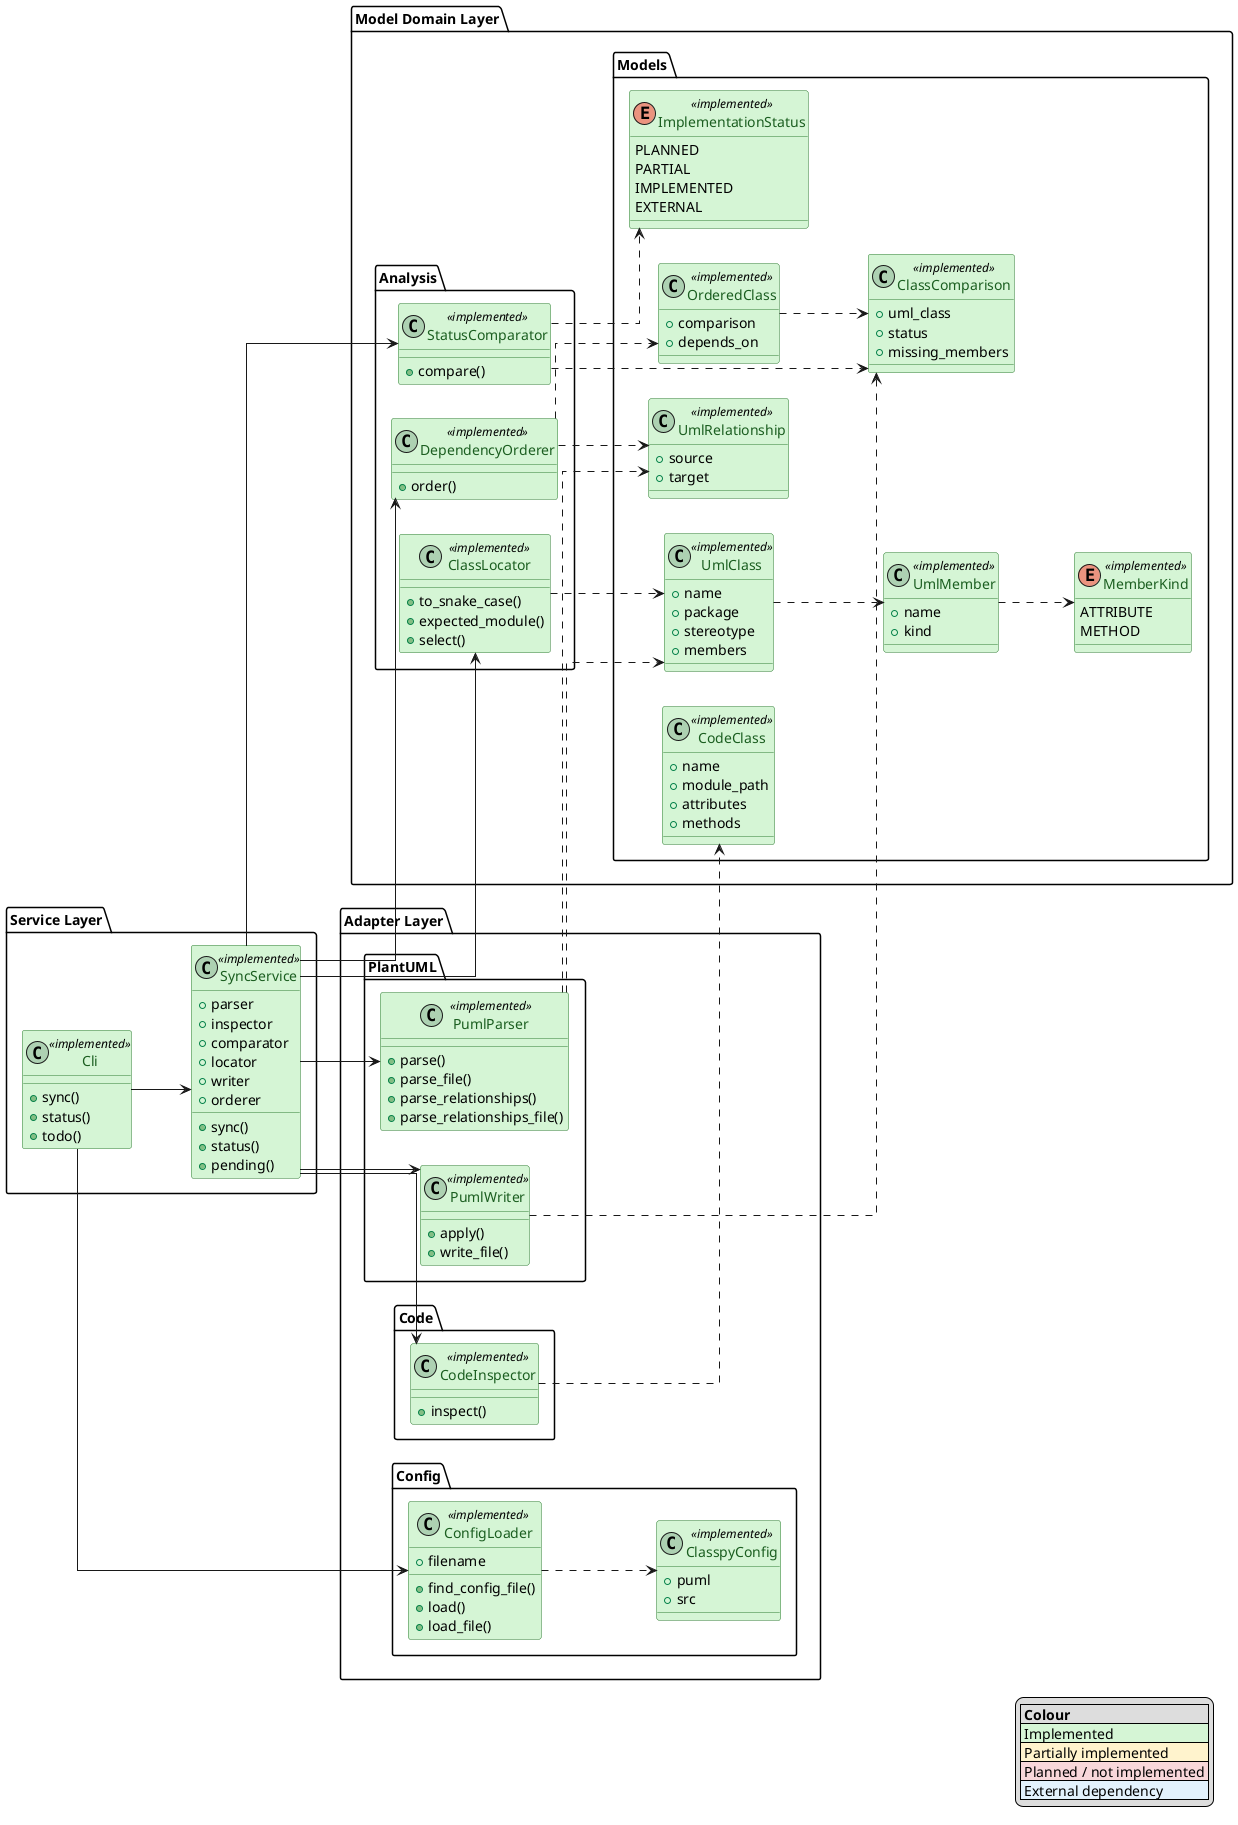
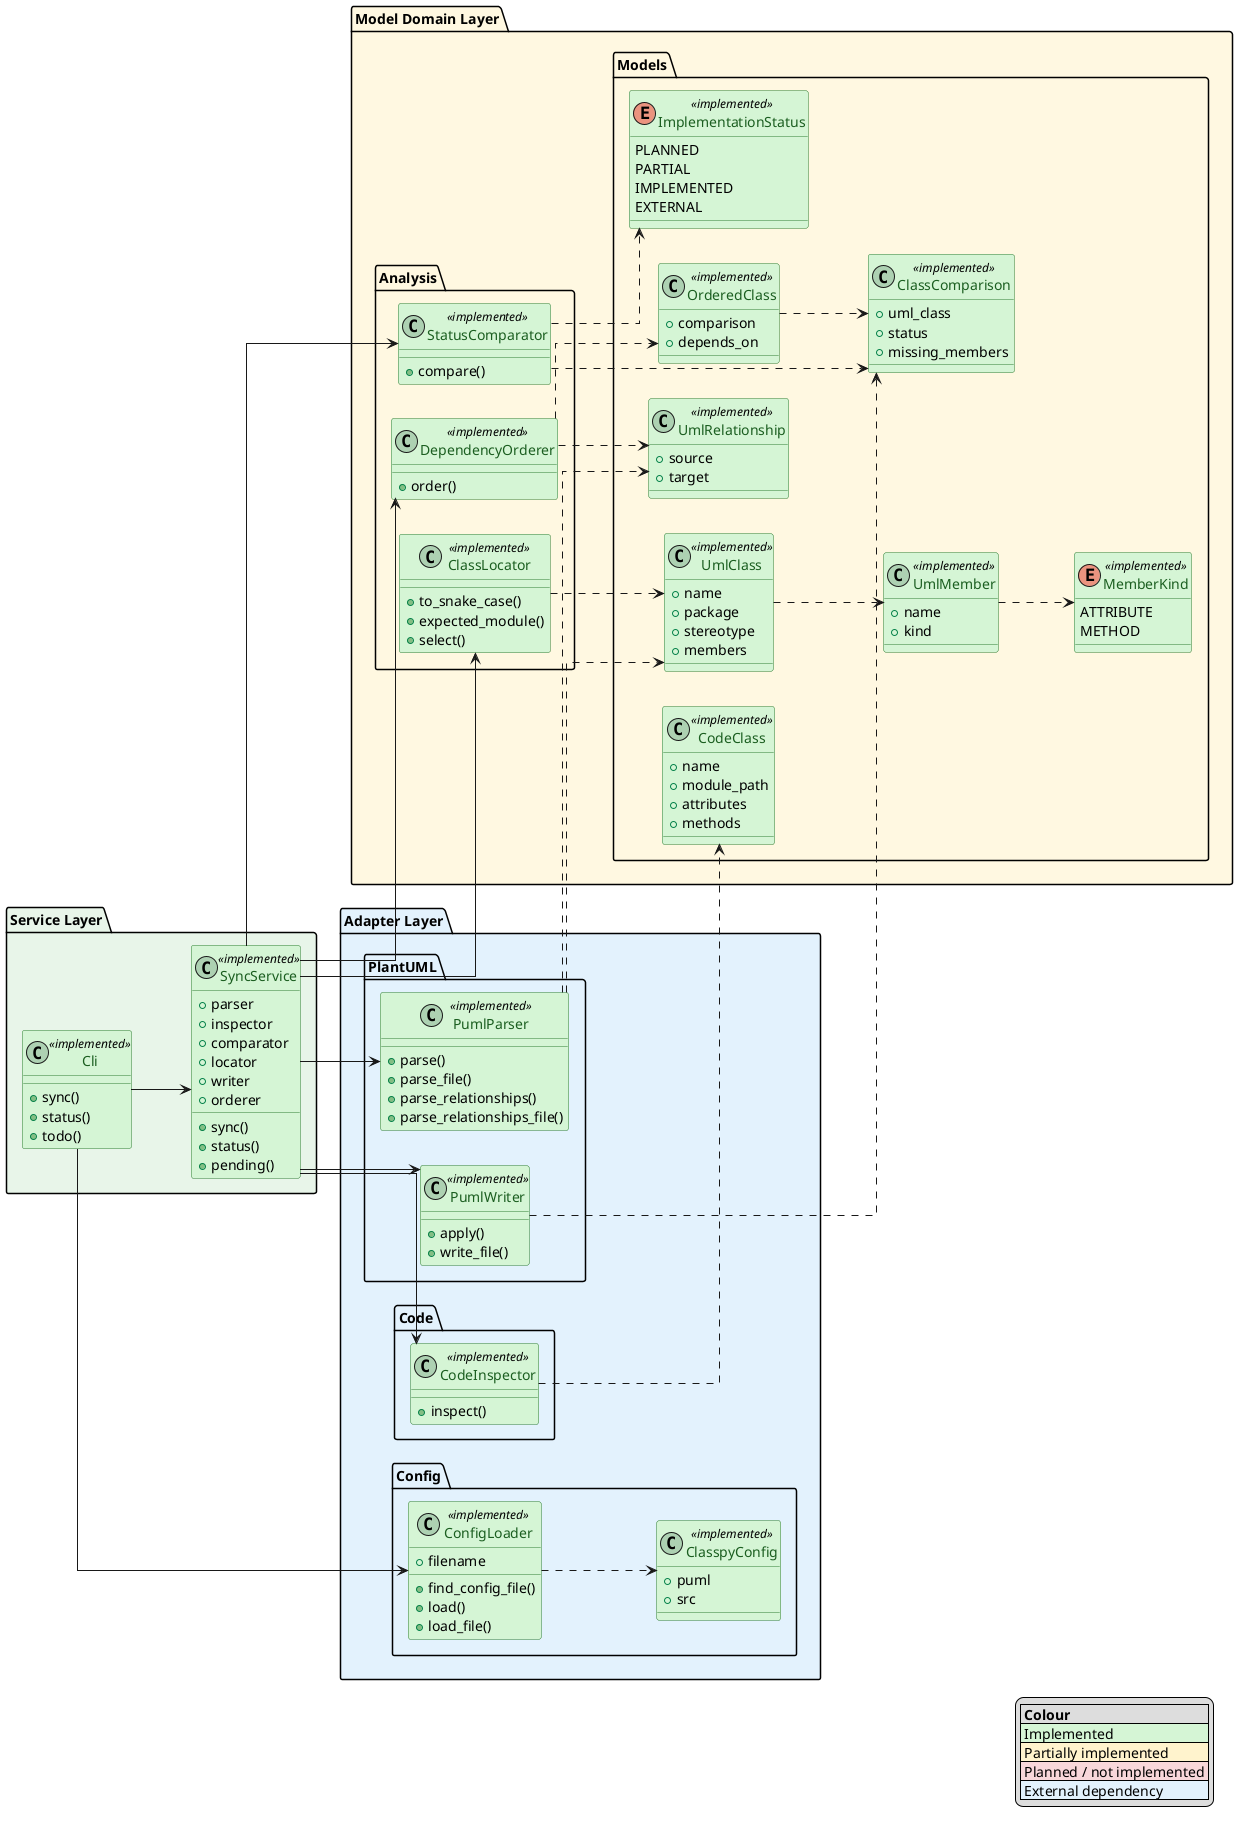
@startuml
left to right direction
skinparam linetype ortho
skinparam class {
    BackgroundColor<<implemented>> #D5F5D5
    BorderColor<<implemented>> #2E7D32
    FontColor<<implemented>> #1B5E20

    BackgroundColor<<partial>> #FFF3CD
    BorderColor<<partial>> #B8860B
    FontColor<<partial>> #7A5600

    BackgroundColor<<planned>> #F8D7DA
    BorderColor<<planned>> #B02A37
    FontColor<<planned>> #842029

    BackgroundColor<<external>> #E3F2FD
    BorderColor<<external>> #1565C0
    FontColor<<external>> #0D47A1
}

legend right
|= Colour |
|<#D5F5D5> Implemented |
|<#FFF3CD> Partially implemented |
|<#F8D7DA> Planned / not implemented |
|<#E3F2FD> External dependency |
endlegend

' 0 = hide dependency lines
' 1 = show dependency lines
!$SHOW_DEPENDENCIES = 0


'=============================================================================='
'Service Layer'
'=============================================================================='
- 
- package "Service Layer" {
+ package "Service Layer" #E8F5E9 {
    class SyncService <<implemented>> {
        +parser
        +inspector
        +comparator
        +locator
        +writer
        +orderer
        +sync()
        +status()
        +pending()
    }


    class Cli <<implemented>> {
        +sync()
        +status()
        +todo()
    }
    Cli --> SyncService
}


'=============================================================================='
'Model Domain'
'=============================================================================='
- 
- package "Model Domain Layer" {
+ package "Model Domain Layer" #FFF8E1 {

    package "Models" {
        enum ImplementationStatus <<implemented>> {
            PLANNED
            PARTIAL
            IMPLEMENTED
            EXTERNAL
        }


        enum MemberKind <<implemented>> {
            ATTRIBUTE
            METHOD
        }


        class UmlMember <<implemented>> {
            +name
            +kind
        }
        UmlMember ..> MemberKind


        class UmlClass <<implemented>> {
            +name
            +package
            +stereotype
            +members
        }
        UmlClass ..> UmlMember


        class CodeClass <<implemented>> {
            +name
            +module_path
            +attributes
            +methods
        }

        class ClassComparison <<implemented>> {
            +uml_class
            +status
            +missing_members
        }

        class UmlRelationship <<implemented>> {
            +source
            +target
        }

        class OrderedClass <<implemented>> {
            +comparison
            +depends_on
        }
        OrderedClass ..> ClassComparison
    }

    package "Analysis" {

        class StatusComparator <<implemented>> {
            +compare()
        }
        StatusComparator ..> ClassComparison
        StatusComparator ..> ImplementationStatus

        class ClassLocator <<implemented>> {
            +to_snake_case()
            +expected_module()
            +select()
        }
        ClassLocator ..> UmlClass

        class DependencyOrderer <<implemented>> {
            +order()
        }
        DependencyOrderer ..> OrderedClass
        DependencyOrderer ..> UmlRelationship
    }
}


'=============================================================================='
'Adapter Layer'
'=============================================================================='
- 
- package "Adapter Layer" {
+ package "Adapter Layer" #E3F2FD {

    package "PlantUML" {

        class PumlParser <<implemented>> {
            +parse()
            +parse_file()
            +parse_relationships()
            +parse_relationships_file()
        }
        PumlParser ..> UmlClass

        class PumlWriter <<implemented>> {
            +apply()
            +write_file()
        }
        PumlWriter ..> ClassComparison
    }

    package "Code" {

        class CodeInspector <<implemented>> {
            +inspect()
        }
        CodeInspector ..> CodeClass
    }

    package "Config" {

        class ClasspyConfig <<implemented>> {
            +puml
            +src
        }

        class ConfigLoader <<implemented>> {
            +filename
            +find_config_file()
            +load()
            +load_file()
        }
        ConfigLoader ..> ClasspyConfig
    }
}


'=============================================================================='
'Broken Links'
'=============================================================================='

SyncService --> PumlParser
SyncService --> CodeInspector
SyncService --> StatusComparator
SyncService --> ClassLocator
SyncService --> PumlWriter
SyncService --> DependencyOrderer

PumlParser ..> UmlRelationship

Cli --> ConfigLoader

@enduml
